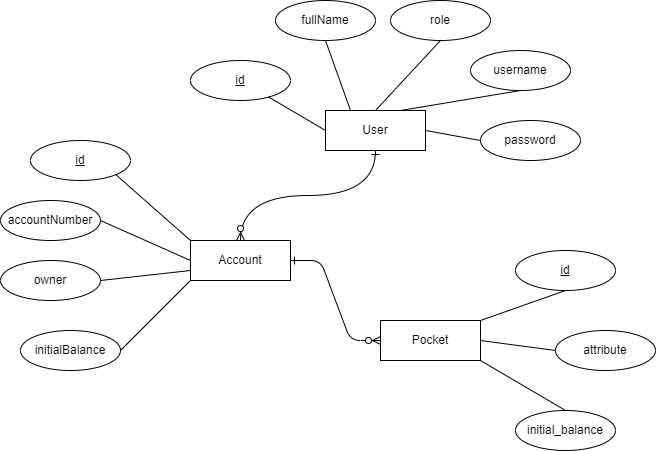
jvianad/Banco_proyecto-final keeps this draw.io diagram as ERproyecto_banco.drawio.png. Above is the earlier version. Source tidied: cells renumbered, new cells last; positions are measured from the earlier drawing's top-left corner, leaving out a move shared by most shapes.
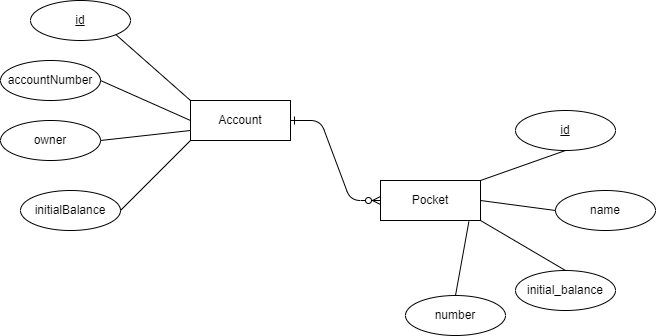
After the commit.

Commit message:
se agrega modificacion de los diagramas, la parte de user estaba por temas de seguridad de la app

Diff of the diagram source:
```diff
@@ -38,7 +38,7 @@
     <mxCell id="13" value="id" style="ellipse;whiteSpace=wrap;html=1;align=center;fontStyle=4;" parent="1" vertex="1">
       <mxGeometry x="515" y="250" width="100" height="40" as="geometry" />
     </mxCell>
-    <mxCell id="14" value="attribute" style="ellipse;whiteSpace=wrap;html=1;align=center;" parent="1" vertex="1">
+    <mxCell id="14" value="name" style="ellipse;whiteSpace=wrap;html=1;align=center;" parent="1" vertex="1">
       <mxGeometry x="555" y="330" width="100" height="40" as="geometry" />
     </mxCell>
     <mxCell id="15" value="initial_balance" style="ellipse;whiteSpace=wrap;html=1;align=center;" parent="1" vertex="1">
@@ -53,41 +53,11 @@
     <mxCell id="18" style="endArrow=none;html=1;rounded=0;entryX=0.5;entryY=0;entryDx=0;entryDy=0;exitX=1;exitY=1;exitDx=0;exitDy=0;" parent="1" edge="1" source="4" target="15">
       <mxGeometry relative="1" as="geometry" />
     </mxCell>
-    <mxCell id="19" value="User" style="whiteSpace=wrap;html=1;align=center;" parent="1" vertex="1">
-      <mxGeometry x="325" y="110" width="100" height="40" as="geometry" />
-    </mxCell>
-    <mxCell id="20" value="id" style="ellipse;whiteSpace=wrap;html=1;align=center;fontStyle=4;" parent="1" vertex="1">
-      <mxGeometry x="190" y="60" width="100" height="40" as="geometry" />
-    </mxCell>
-    <mxCell id="21" value="fullName" style="ellipse;whiteSpace=wrap;html=1;align=center;" parent="1" vertex="1">
-      <mxGeometry x="275" width="100" height="40" as="geometry" />
-    </mxCell>
-    <mxCell id="22" value="username" style="ellipse;whiteSpace=wrap;html=1;align=center;" parent="1" vertex="1">
-      <mxGeometry x="470" y="50" width="100" height="40" as="geometry" />
-    </mxCell>
-    <mxCell id="23" value="password" style="ellipse;whiteSpace=wrap;html=1;align=center;" parent="1" vertex="1">
-      <mxGeometry x="480" y="120" width="100" height="40" as="geometry" />
-    </mxCell>
-    <mxCell id="24" style="endArrow=none;html=1;rounded=0;entryX=0;entryY=0.5;entryDx=0;entryDy=0;" parent="1" edge="1" source="20" target="19">
-      <mxGeometry relative="1" as="geometry" />
-    </mxCell>
-    <mxCell id="25" style="endArrow=none;html=1;rounded=0;exitX=0.5;exitY=1;exitDx=0;exitDy=0;entryX=0.25;entryY=0;entryDx=0;entryDy=0;" parent="1" edge="1" source="21" target="19">
-      <mxGeometry relative="1" as="geometry" />
-    </mxCell>
-    <mxCell id="26" style="endArrow=none;html=1;rounded=0;exitX=0.5;exitY=1;exitDx=0;exitDy=0;entryX=0.75;entryY=0;entryDx=0;entryDy=0;" parent="1" edge="1" source="22" target="19">
-      <mxGeometry relative="1" as="geometry" />
-    </mxCell>
-    <mxCell id="27" style="endArrow=none;html=1;rounded=0;entryX=0;entryY=0.5;entryDx=0;entryDy=0;exitX=1;exitY=0.5;exitDx=0;exitDy=0;" parent="1" edge="1" source="19" target="23">
-      <mxGeometry relative="1" as="geometry" />
-    </mxCell>
-    <mxCell id="28" style="edgeStyle=orthogonalEdgeStyle;endArrow=ERzeroToMany;startArrow=ERone;endFill=1;startFill=0;exitX=0.5;exitY=1;exitDx=0;exitDy=0;entryX=0.5;entryY=0;entryDx=0;entryDy=0;curved=1;" parent="1" edge="1" source="19" target="3">
-      <mxGeometry relative="1" as="geometry" />
-    </mxCell>
-    <mxCell id="29" style="endArrow=none;html=1;rounded=0;exitX=0.5;exitY=0;exitDx=0;exitDy=0;entryX=0.5;entryY=1;entryDx=0;entryDy=0;" parent="1" edge="1" source="19" target="30">
-      <mxGeometry relative="1" as="geometry" />
-    </mxCell>
-    <mxCell id="30" value="role" style="ellipse;whiteSpace=wrap;html=1;align=center;" parent="1" vertex="1">
-      <mxGeometry x="390" width="100" height="40" as="geometry" />
-    </mxCell>
+    <mxCell id="31" value="number" style="ellipse;whiteSpace=wrap;html=1;align=center;" parent="1" vertex="1">
+      <mxGeometry x="405" y="435" width="100" height="40" as="geometry" />
+    </mxCell>
+    <mxCell id="32" style="endArrow=none;html=1;rounded=0;entryX=0.5;entryY=0;entryDx=0;entryDy=0;exitX=0.884;exitY=1.025;exitDx=0;exitDy=0;exitPerimeter=0;" parent="1" edge="1" source="4" target="31">
+      <mxGeometry relative="1" as="geometry" />
+    </mxCell>
   </root>
 </mxGraphModel>
```
